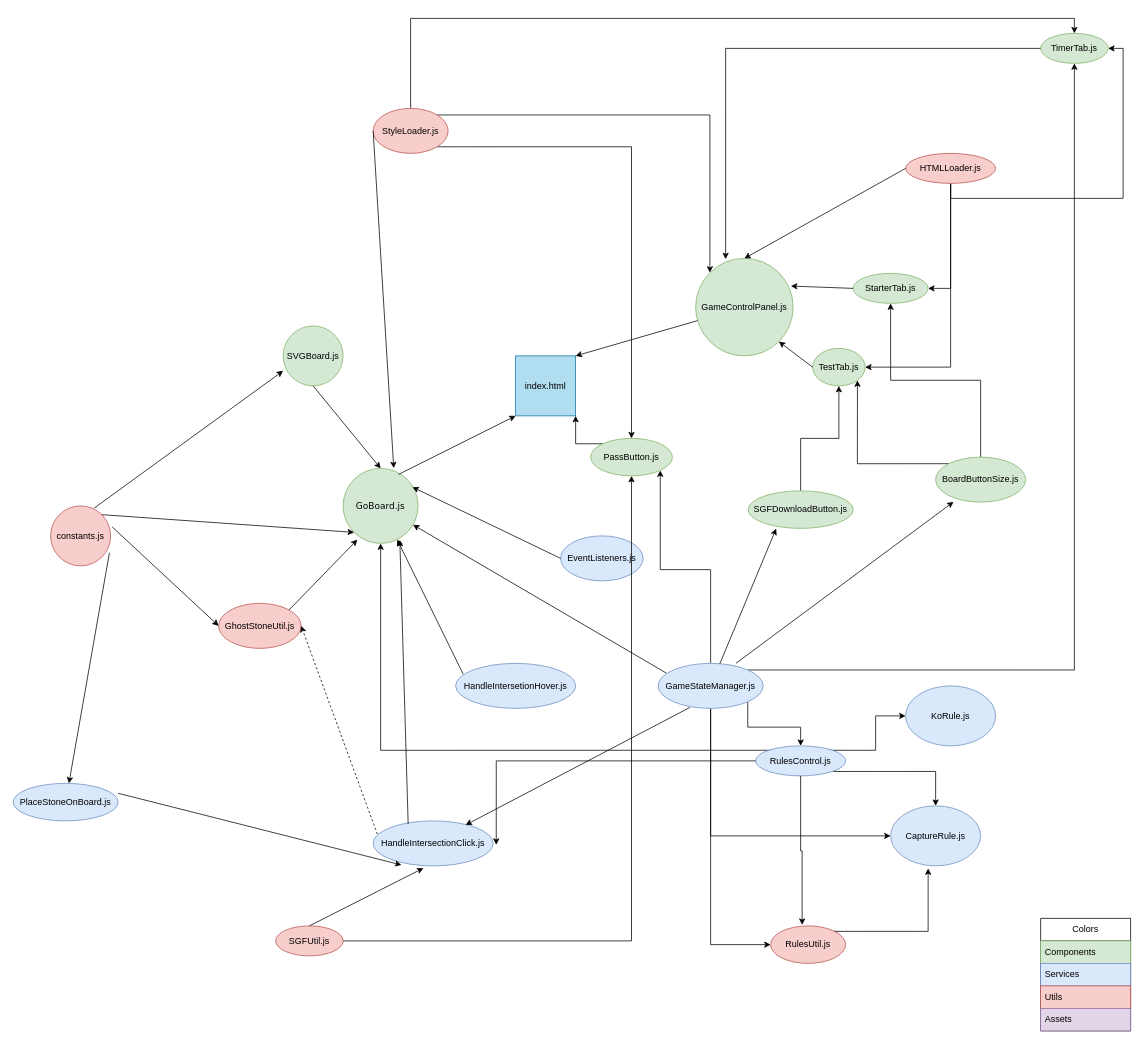
The draw.io diagram WebGo.drawio in enokiLucas/Diagrams, before the edit. Source tidied: cells renumbered, new cells numbered last; positions are measured from the earlier drawing's top-left corner, leaving out a move shared by most shapes. Both pictures are drawn from the tidied source at 75%, with x=0, y=0 at pixel (13, 33).
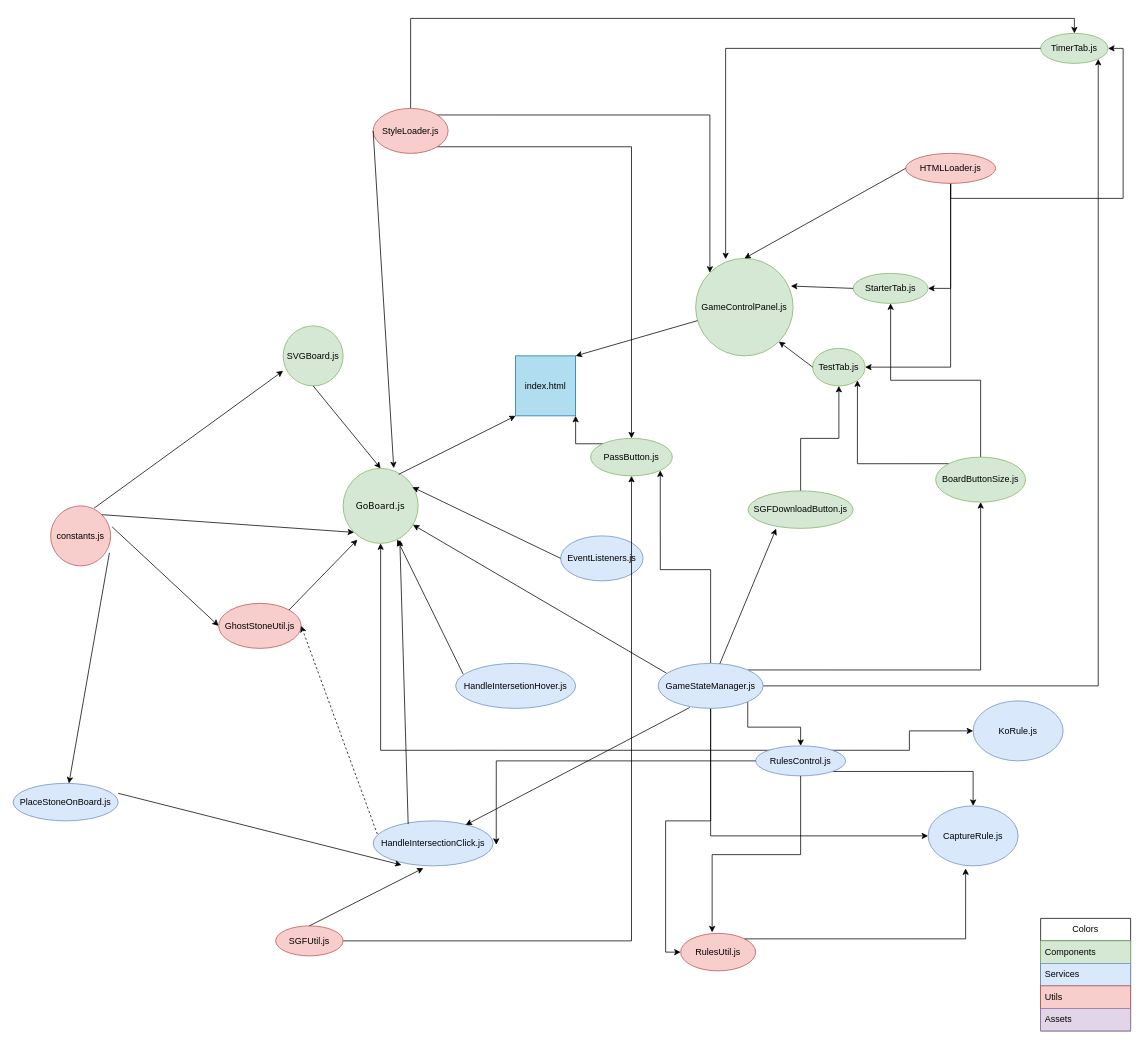
Above is the later version.

The change refers to these unchanged cells:
```xml
<mxCell id="15" value="BoardButtonSize.js" style="ellipse;whiteSpace=wrap;html=1;fillColor=#d5e8d4;strokeColor=#82b366;" parent="1" vertex="1">
  <mxGeometry x="1230" y="565" width="120" height="60" as="geometry" />
</mxCell>
<mxCell id="34" value="GameStateManager.js" style="ellipse;whiteSpace=wrap;html=1;fillColor=#dae8fc;strokeColor=#6c8ebf;" parent="1" vertex="1">
  <mxGeometry x="860" y="840" width="140" height="60" as="geometry" />
</mxCell>
<mxCell id="62" value="TimerTab.js" style="ellipse;whiteSpace=wrap;html=1;fillColor=#d5e8d4;strokeColor=#82b366;" parent="1" vertex="1">
  <mxGeometry x="1370" width="90" height="40" as="geometry" />
</mxCell>
```

The edit, as a diff of the source:
```diff
@@
-    <mxCell id="29" style="edgeStyle=orthogonalEdgeStyle;rounded=0;jettySize=auto;html=1;exitX=1;exitY=0;exitDx=0;exitDy=0;" parent="1" edge="1" source="34" target="62">
-      <mxGeometry relative="1" as="geometry" />
-    </mxCell>
@@
+    <mxCell id="58" style="edgeStyle=orthogonalEdgeStyle;rounded=0;jettySize=auto;html=1;exitX=1;exitY=0;exitDx=0;exitDy=0;" parent="1" edge="1" source="34" target="15">
+      <mxGeometry relative="1" as="geometry" />
+    </mxCell>
+    <mxCell id="29" style="edgeStyle=orthogonalEdgeStyle;rounded=0;jettySize=auto;html=1;exitX=1;exitY=0.5;exitDx=0;exitDy=0;entryX=1;entryY=1;entryDx=0;entryDy=0;" parent="1" edge="1" source="34" target="62">
+      <mxGeometry relative="1" as="geometry" />
+    </mxCell>
@@
-    <mxCell id="58" style="endArrow=classic;html=1;rounded=0;exitX=0.742;exitY=-0.003;exitDx=0;exitDy=0;exitPerimeter=0;entryX=0.199;entryY=0.994;entryDx=0;entryDy=0;entryPerimeter=0;" parent="1" edge="1" source="34" target="15">
-      <mxGeometry relative="1" as="geometry" />
-    </mxCell>
@@
     <mxCell id="70" value="KoRule.js" style="ellipse;whiteSpace=wrap;html=1;fillColor=#dae8fc;strokeColor=#6c8ebf;" parent="1" vertex="1">
-      <mxGeometry x="1190" y="870" width="120" height="80" as="geometry" />
+      <mxGeometry x="1280" y="890" width="120" height="80" as="geometry" />
     </mxCell>
     <mxCell id="71" value="CaptureRule.js" style="ellipse;whiteSpace=wrap;html=1;fillColor=#dae8fc;strokeColor=#6c8ebf;" parent="1" vertex="1">
-      <mxGeometry x="1170" y="1030" width="120" height="80" as="geometry" />
+      <mxGeometry x="1220" y="1030" width="120" height="80" as="geometry" />
     </mxCell>
     <mxCell id="72" value="RulesUtil.js" style="ellipse;whiteSpace=wrap;html=1;fillColor=#f8cecc;strokeColor=#b85450;" parent="1" vertex="1">
-      <mxGeometry x="1010" y="1190" width="100" height="50" as="geometry" />
+      <mxGeometry x="890" y="1200" width="100" height="50" as="geometry" />
     </mxCell>
```
